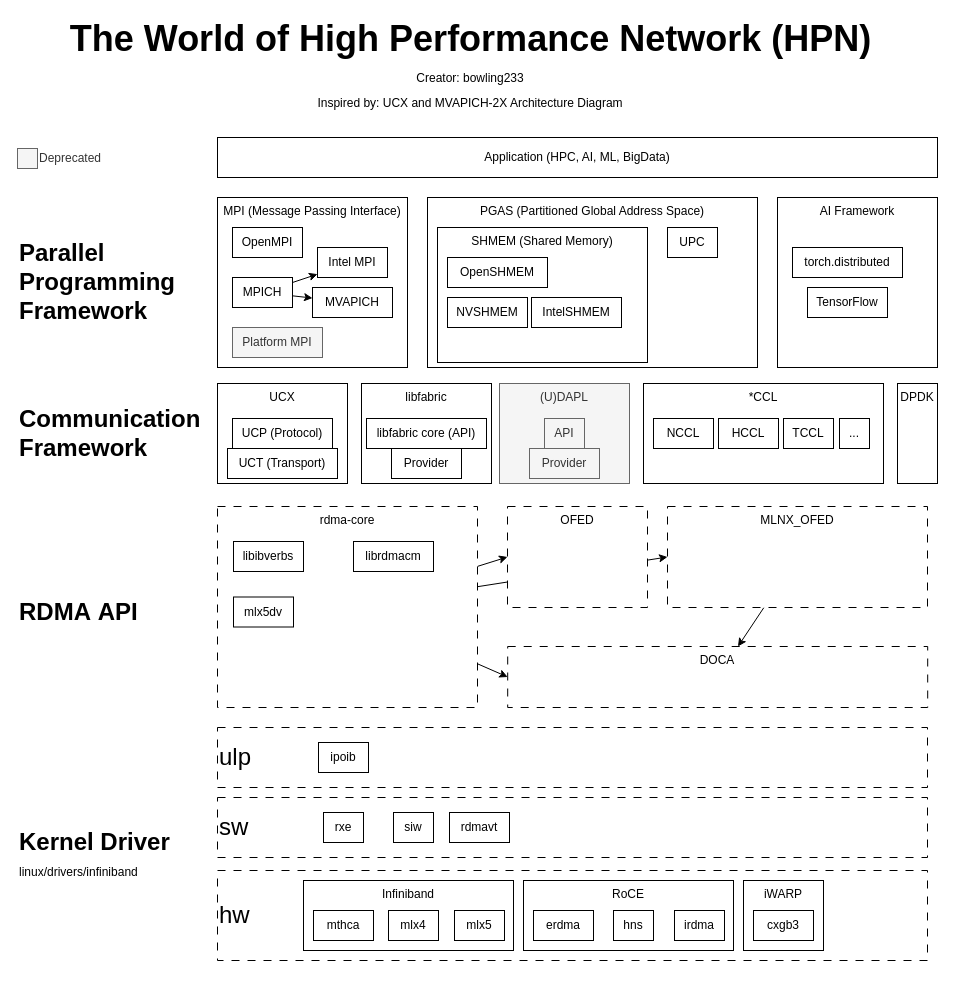
Before: docs/高性能/网络/index.assets/hpn.drawio in bowling233/note.bowling233.top, a draw.io diagram. Source tidied: cells renumbered, new cells numbered last; positions are measured from the earlier drawing's top-left corner, leaving out a move shared by most shapes. Both pictures are drawn from the tidied source at 100%, with x=0, y=0 at pixel (17, 23).
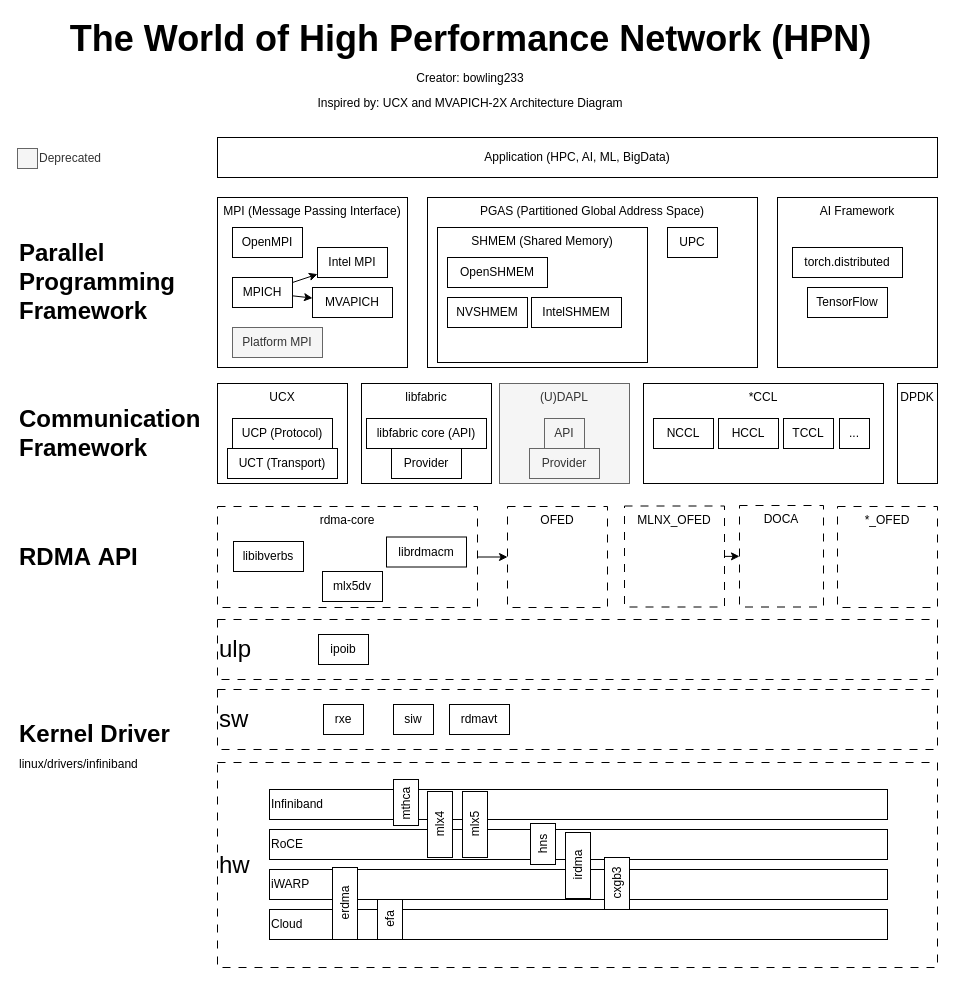
The same page after the edit.

Change to the diagram source:
```diff
@@
     <mxCell id="2" value="hw" style="rounded=0;whiteSpace=wrap;html=1;verticalAlign=middle;dashed=1;dashPattern=8 8;align=left;fontSize=24;" parent="1" vertex="1">
-      <mxGeometry x="200" y="847" width="710" height="90" as="geometry" />
+      <mxGeometry x="200" y="739" width="720" height="205" as="geometry" />
     </mxCell>
-    <mxCell id="3" value="Infiniband" style="rounded=0;whiteSpace=wrap;html=1;verticalAlign=top;" parent="1" vertex="1">
-      <mxGeometry x="286" y="857" width="210" height="70" as="geometry" />
+    <mxCell id="3" value="Infiniband" style="rounded=0;whiteSpace=wrap;html=1;verticalAlign=middle;align=left;" parent="1" vertex="1">
+      <mxGeometry x="252" y="766" width="618" height="30" as="geometry" />
     </mxCell>
-    <mxCell id="4" style="edgeStyle=none;html=1;entryX=0;entryY=0.5;entryDx=0;entryDy=0;" parent="1" edge="1" source="7" target="48">
+    <mxCell id="4" style="edgeStyle=none;html=1;" parent="1" edge="1" source="7" target="48">
       <mxGeometry relative="1" as="geometry" />
     </mxCell>
-    <mxCell id="5" style="edgeStyle=none;html=1;entryX=0;entryY=0.5;entryDx=0;entryDy=0;" parent="1" edge="1" source="7" target="50">
-      <mxGeometry relative="1" as="geometry" />
-    </mxCell>
-    <mxCell id="6" style="edgeStyle=none;html=1;entryX=0;entryY=0.5;entryDx=0;entryDy=0;" parent="1" edge="1" source="7" target="51">
-      <mxGeometry relative="1" as="geometry" />
-    </mxCell>
     <mxCell id="7" value="rdma-core" style="rounded=0;whiteSpace=wrap;html=1;verticalAlign=top;dashed=1;dashPattern=8 8;" parent="1" vertex="1">
-      <mxGeometry x="200" y="483" width="260" height="201" as="geometry" />
+      <mxGeometry x="200" y="483" width="260" height="101" as="geometry" />
     </mxCell>
@@
     <mxCell id="28" value="&lt;div&gt;RDMA&amp;nbsp;&lt;span style=&quot;background-color: transparent;&quot;&gt;API&lt;/span&gt;&lt;/div&gt;" style="text;html=1;align=left;verticalAlign=middle;whiteSpace=wrap;rounded=0;fontStyle=1;fontSize=24;" parent="1" vertex="1">
-      <mxGeometry y="573.5" width="170" height="30" as="geometry" />
+      <mxGeometry y="518.5" width="170" height="30" as="geometry" />
     </mxCell>
@@
     <mxCell id="30" value="librdmacm" style="rounded=0;whiteSpace=wrap;html=1;" parent="1" vertex="1">
-      <mxGeometry x="336" y="518" width="80" height="30" as="geometry" />
+      <mxGeometry x="369" y="513.5" width="80" height="30" as="geometry" />
     </mxCell>
@@
     <mxCell id="44" value="mlx5dv" style="rounded=0;whiteSpace=wrap;html=1;" parent="1" vertex="1">
-      <mxGeometry x="216" y="573.5" width="60" height="30" as="geometry" />
+      <mxGeometry x="305" y="548" width="60" height="30" as="geometry" />
     </mxCell>
@@
     <mxCell id="48" value="OFED" style="rounded=0;whiteSpace=wrap;html=1;verticalAlign=top;dashed=1;dashPattern=8 8;" parent="1" vertex="1">
-      <mxGeometry x="490" y="483" width="140" height="101" as="geometry" />
+      <mxGeometry x="490" y="483" width="100" height="101" as="geometry" />
     </mxCell>
@@
     <mxCell id="50" value="MLNX_OFED" style="rounded=0;whiteSpace=wrap;html=1;verticalAlign=top;dashed=1;dashPattern=8 8;" parent="1" vertex="1">
-      <mxGeometry x="650" y="483" width="260" height="101" as="geometry" />
+      <mxGeometry x="607" y="482.5" width="100" height="101" as="geometry" />
     </mxCell>
     <mxCell id="51" value="DOCA" style="rounded=0;whiteSpace=wrap;html=1;verticalAlign=top;dashed=1;dashPattern=8 8;" parent="1" vertex="1">
-      <mxGeometry x="490.2" y="623" width="420" height="61" as="geometry" />
+      <mxGeometry x="722" y="482" width="84" height="101.5" as="geometry" />
     </mxCell>
@@
     <mxCell id="54" value="Kernel Driver" style="text;html=1;align=left;verticalAlign=middle;whiteSpace=wrap;rounded=0;fontStyle=1;fontSize=24;" parent="1" vertex="1">
-      <mxGeometry x="0.2" y="804" width="170" height="30" as="geometry" />
+      <mxGeometry x="0.2" y="696" width="170" height="30" as="geometry" />
     </mxCell>
-    <mxCell id="55" value="mthca" style="rounded=0;whiteSpace=wrap;html=1;" parent="1" vertex="1">
-      <mxGeometry x="296" y="887" width="60" height="30" as="geometry" />
+    <mxCell id="55" value="mthca&amp;nbsp;" style="rounded=0;whiteSpace=wrap;html=1;horizontal=0;" parent="1" vertex="1">
+      <mxGeometry x="376" y="756" width="25" height="46" as="geometry" />
     </mxCell>
-    <mxCell id="56" value="mlx5" style="rounded=0;whiteSpace=wrap;html=1;" parent="1" vertex="1">
-      <mxGeometry x="437" y="887" width="50" height="30" as="geometry" />
-    </mxCell>
-    <mxCell id="57" value="mlx4" style="rounded=0;whiteSpace=wrap;html=1;" parent="1" vertex="1">
-      <mxGeometry x="371" y="887" width="50" height="30" as="geometry" />
-    </mxCell>
-    <mxCell id="58" value="RoCE" style="rounded=0;whiteSpace=wrap;html=1;verticalAlign=top;" parent="1" vertex="1">
-      <mxGeometry x="506" y="857" width="210" height="70" as="geometry" />
-    </mxCell>
-    <mxCell id="59" value="erdma" style="rounded=0;whiteSpace=wrap;html=1;" parent="1" vertex="1">
-      <mxGeometry x="516" y="887" width="60" height="30" as="geometry" />
-    </mxCell>
-    <mxCell id="60" value="irdma" style="rounded=0;whiteSpace=wrap;html=1;" parent="1" vertex="1">
-      <mxGeometry x="657" y="887" width="50" height="30" as="geometry" />
-    </mxCell>
-    <mxCell id="61" value="hns" style="rounded=0;whiteSpace=wrap;html=1;" parent="1" vertex="1">
-      <mxGeometry x="596" y="887" width="40" height="30" as="geometry" />
-    </mxCell>
-    <mxCell id="62" value="iWARP" style="rounded=0;whiteSpace=wrap;html=1;verticalAlign=top;strokeColor=default;" parent="1" vertex="1">
-      <mxGeometry x="726" y="857" width="80" height="70" as="geometry" />
-    </mxCell>
-    <mxCell id="63" value="cxgb3" style="rounded=0;whiteSpace=wrap;html=1;" parent="1" vertex="1">
-      <mxGeometry x="736" y="887" width="60" height="30" as="geometry" />
-    </mxCell>
     <mxCell id="64" value="sw" style="rounded=0;whiteSpace=wrap;html=1;verticalAlign=middle;dashed=1;dashPattern=8 8;align=left;fontSize=24;" parent="1" vertex="1">
-      <mxGeometry x="200" y="774" width="710" height="60" as="geometry" />
+      <mxGeometry x="200" y="666" width="720" height="60" as="geometry" />
     </mxCell>
     <mxCell id="65" value="rxe" style="rounded=0;whiteSpace=wrap;html=1;" parent="1" vertex="1">
-      <mxGeometry x="306" y="789" width="40" height="30" as="geometry" />
+      <mxGeometry x="306" y="681" width="40" height="30" as="geometry" />
     </mxCell>
     <mxCell id="66" value="rdmavt" style="rounded=0;whiteSpace=wrap;html=1;" parent="1" vertex="1">
-      <mxGeometry x="432" y="789" width="60" height="30" as="geometry" />
+      <mxGeometry x="432" y="681" width="60" height="30" as="geometry" />
     </mxCell>
     <mxCell id="67" value="siw" style="rounded=0;whiteSpace=wrap;html=1;" parent="1" vertex="1">
-      <mxGeometry x="376" y="789" width="40" height="30" as="geometry" />
+      <mxGeometry x="376" y="681" width="40" height="30" as="geometry" />
     </mxCell>
     <mxCell id="68" value="ulp" style="rounded=0;whiteSpace=wrap;html=1;verticalAlign=middle;dashed=1;dashPattern=8 8;align=left;fontSize=24;" parent="1" vertex="1">
-      <mxGeometry x="200" y="704" width="710" height="60" as="geometry" />
+      <mxGeometry x="200" y="596" width="720" height="60" as="geometry" />
     </mxCell>
     <mxCell id="69" value="ipoib" style="rounded=0;whiteSpace=wrap;html=1;" parent="1" vertex="1">
-      <mxGeometry x="301" y="719" width="50" height="30" as="geometry" />
+      <mxGeometry x="301" y="611" width="50" height="30" as="geometry" />
     </mxCell>
     <mxCell id="70" value="linux/drivers/infiniband" style="text;html=1;align=left;verticalAlign=middle;whiteSpace=wrap;rounded=0;" parent="1" vertex="1">
-      <mxGeometry x="0.2" y="834" width="129.8" height="30" as="geometry" />
+      <mxGeometry x="0.2" y="726" width="129.8" height="30" as="geometry" />
     </mxCell>
@@
+    <mxCell id="72" value="*_OFED" style="rounded=0;whiteSpace=wrap;html=1;verticalAlign=top;dashed=1;dashPattern=8 8;" parent="1" vertex="1">
+      <mxGeometry x="820" y="483" width="100" height="101" as="geometry" />
+    </mxCell>
+    <mxCell id="58" value="RoCE" style="rounded=0;whiteSpace=wrap;html=1;verticalAlign=middle;align=left;" parent="1" vertex="1">
+      <mxGeometry x="252" y="806" width="618" height="30" as="geometry" />
+    </mxCell>
+    <mxCell id="62" value="iWARP" style="rounded=0;whiteSpace=wrap;html=1;verticalAlign=middle;align=left;" parent="1" vertex="1">
+      <mxGeometry x="252" y="846" width="618" height="30" as="geometry" />
+    </mxCell>
+    <mxCell id="60" value="irdma" style="rounded=0;whiteSpace=wrap;html=1;horizontal=0;" parent="1" vertex="1">
+      <mxGeometry x="548" y="809" width="25" height="66" as="geometry" />
+    </mxCell>
+    <mxCell id="56" value="mlx5" style="rounded=0;whiteSpace=wrap;html=1;horizontal=0;" parent="1" vertex="1">
+      <mxGeometry x="445" y="768" width="25" height="66" as="geometry" />
+    </mxCell>
+    <mxCell id="57" value="mlx4" style="rounded=0;whiteSpace=wrap;html=1;horizontal=0;" parent="1" vertex="1">
+      <mxGeometry x="410" y="768" width="25" height="66" as="geometry" />
+    </mxCell>
+    <mxCell id="61" value="hns" style="rounded=0;whiteSpace=wrap;html=1;horizontal=0;" parent="1" vertex="1">
+      <mxGeometry x="513" y="800" width="25" height="41" as="geometry" />
+    </mxCell>
+    <mxCell id="63" value="cxgb3" style="rounded=0;whiteSpace=wrap;html=1;horizontal=0;" parent="1" vertex="1">
+      <mxGeometry x="587" y="834" width="25" height="52" as="geometry" />
+    </mxCell>
+    <mxCell id="73" value="Cloud" style="rounded=0;whiteSpace=wrap;html=1;verticalAlign=middle;align=left;" parent="1" vertex="1">
+      <mxGeometry x="252" y="886" width="618" height="30" as="geometry" />
+    </mxCell>
+    <mxCell id="59" value="erdma" style="rounded=0;whiteSpace=wrap;html=1;horizontal=0;" parent="1" vertex="1">
+      <mxGeometry x="315" y="844" width="25" height="72" as="geometry" />
+    </mxCell>
+    <mxCell id="74" value="efa" style="rounded=0;whiteSpace=wrap;html=1;horizontal=0;" parent="1" vertex="1">
+      <mxGeometry x="360" y="876" width="25" height="40" as="geometry" />
+    </mxCell>
```
